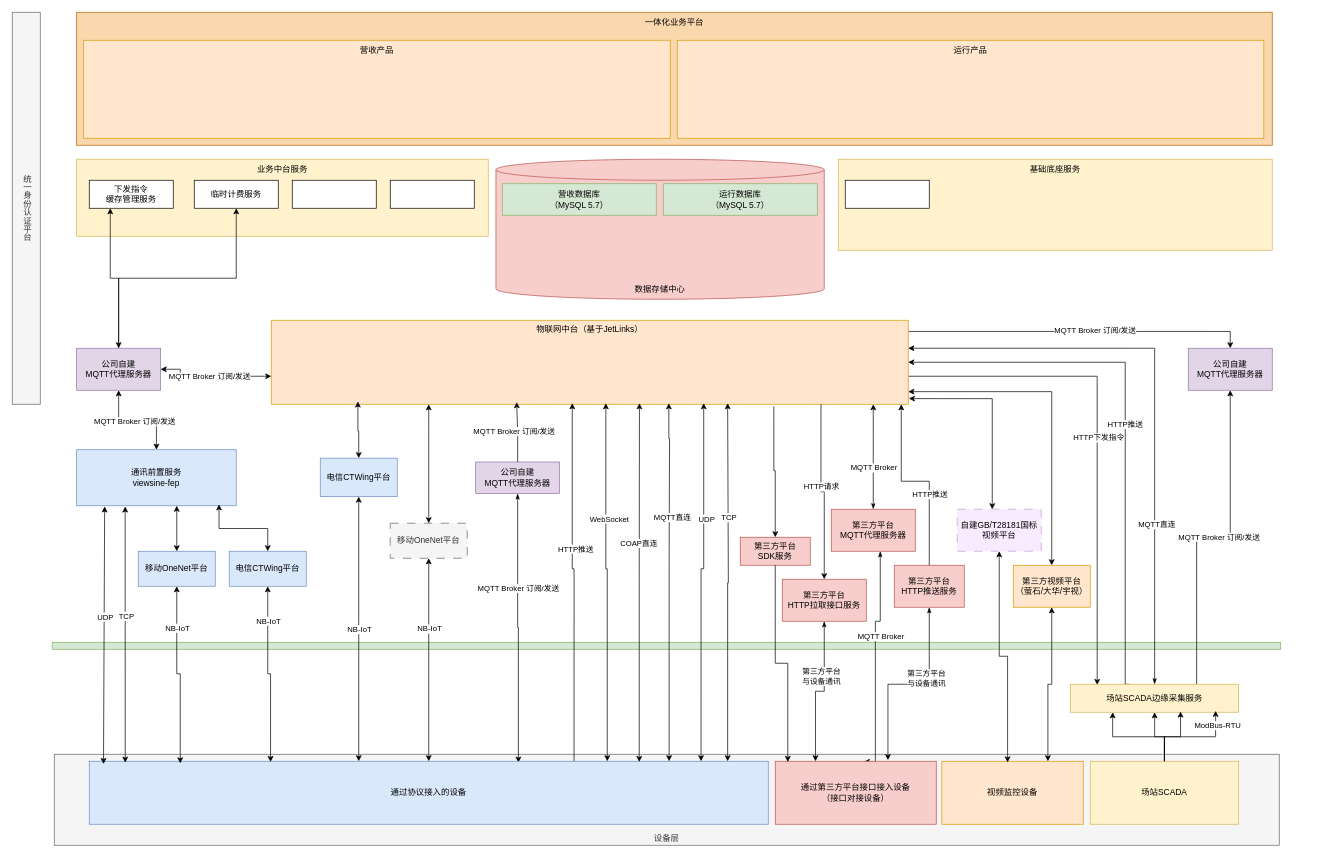
Above: D20241127001.drawio in NickZhang1024/drawio-res (draw.io), before the change. Source tidied: cells renumbered, new cells numbered last; positions are measured from the earlier drawing's top-left corner, leaving out a move shared by most shapes. Both pictures are drawn from the tidied source at 70%, with x=0, y=0 at pixel (12, 12).
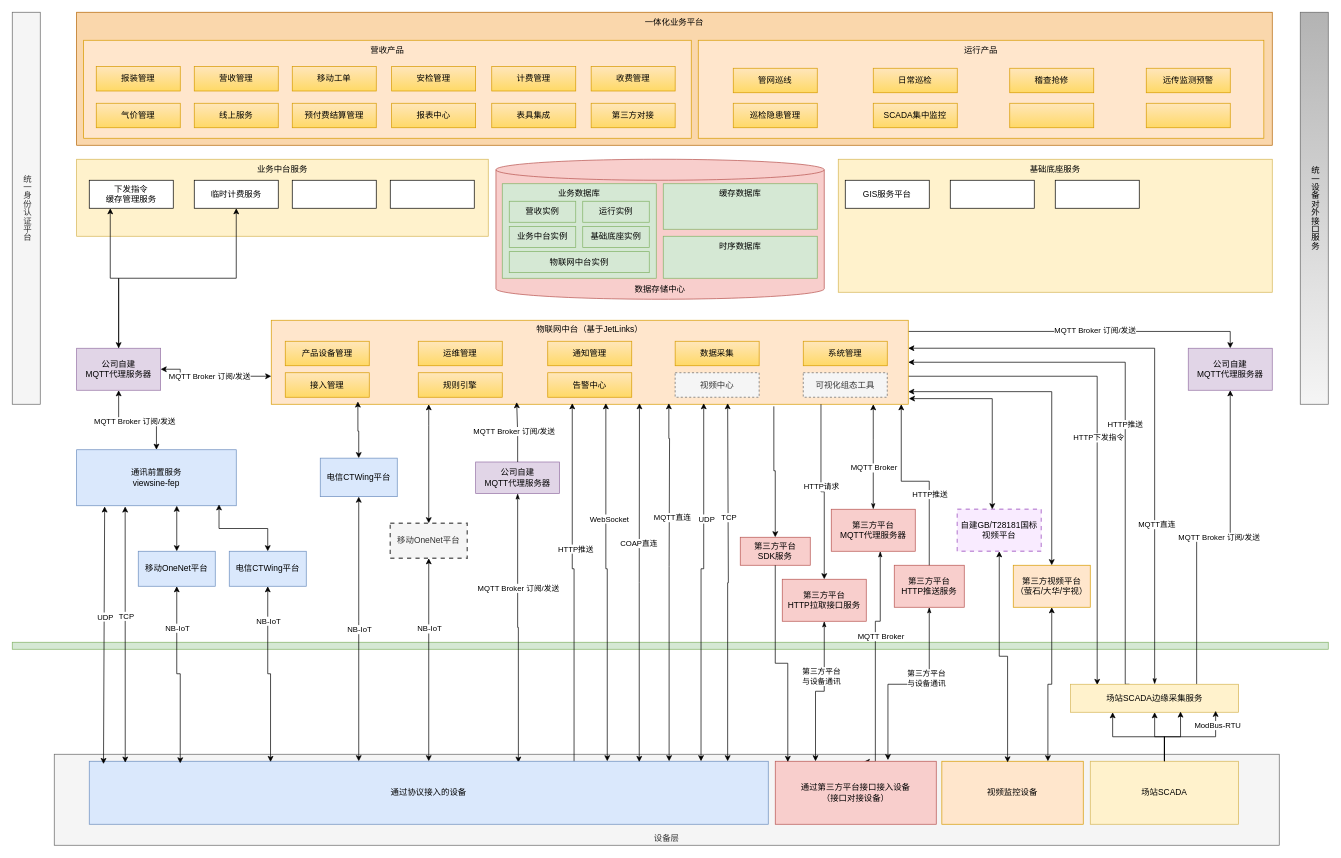
The same diagram, later.

The edit, as a diff of the source:
```diff
@@
     <mxCell id="2" style="rounded=0;whiteSpace=wrap;html=1;fillColor=#d5e8d4;strokeColor=#82b366;" parent="1" vertex="1">
-      <mxGeometry x="57" y="900" width="1755" height="10" as="geometry" />
+      <mxGeometry y="900" width="1880" height="10" as="geometry" />
     </mxCell>
@@
     <mxCell id="59" value="营收产品" style="rounded=0;whiteSpace=wrap;html=1;fillColor=#ffe6cc;strokeColor=#d79b00;verticalAlign=top;" parent="1" vertex="1">
-      <mxGeometry x="102" y="40" width="838" height="140" as="geometry" />
+      <mxGeometry x="102" y="40" width="868" height="140" as="geometry" />
     </mxCell>
     <mxCell id="60" value="基础底座服务" style="rounded=0;whiteSpace=wrap;html=1;fillColor=#fff2cc;strokeColor=#d6b656;verticalAlign=top;" parent="1" vertex="1">
-      <mxGeometry x="1180" y="210" width="620" height="130" as="geometry" />
+      <mxGeometry x="1180" y="210" width="620" height="190" as="geometry" />
     </mxCell>
-    <mxCell id="61" style="rounded=0;whiteSpace=wrap;html=1;" parent="1" vertex="1">
+    <mxCell id="61" value="GIS服务平台" style="rounded=0;whiteSpace=wrap;html=1;" parent="1" vertex="1">
       <mxGeometry x="1190" y="240" width="120" height="40" as="geometry" />
     </mxCell>
     <mxCell id="62" value="运行产品" style="rounded=0;whiteSpace=wrap;html=1;fillColor=#ffe6cc;strokeColor=#d79b00;verticalAlign=top;" parent="1" vertex="1">
-      <mxGeometry x="950" y="40" width="838" height="140" as="geometry" />
+      <mxGeometry x="980" y="40" width="808" height="140" as="geometry" />
     </mxCell>
@@
-    <mxCell id="65" value="营收数据库&lt;div&gt;（MySQL 5.7）&lt;/div&gt;" style="rounded=0;whiteSpace=wrap;html=1;fillColor=#d5e8d4;strokeColor=#82b366;" parent="1" vertex="1">
-      <mxGeometry x="700" y="245" width="220" height="45" as="geometry" />
+    <mxCell id="65" value="业务数据库" style="rounded=0;whiteSpace=wrap;html=1;fillColor=#d5e8d4;strokeColor=#82b366;verticalAlign=top;" parent="1" vertex="1">
+      <mxGeometry x="700" y="245" width="220" height="135" as="geometry" />
     </mxCell>
-    <mxCell id="66" value="运行数据库&lt;div&gt;（MySQL 5.7）&lt;/div&gt;" style="rounded=0;whiteSpace=wrap;html=1;fillColor=#d5e8d4;strokeColor=#82b366;" parent="1" vertex="1">
-      <mxGeometry x="930" y="245" width="220" height="45" as="geometry" />
+    <mxCell id="66" value="营收实例" style="rounded=0;whiteSpace=wrap;html=1;fillColor=#d5e8d4;strokeColor=#82b366;" parent="1" vertex="1">
+      <mxGeometry x="710" y="270" width="95" height="30" as="geometry" />
     </mxCell>
@@
-    <mxCell id="71" value="移动OneNet平台" style="rounded=0;whiteSpace=wrap;html=1;fillColor=#f5f5f5;fontColor=#333333;strokeColor=#666666;dashed=1;dashPattern=12 12;" parent="1" vertex="1">
+    <mxCell id="71" value="移动OneNet平台" style="rounded=0;whiteSpace=wrap;html=1;fillColor=#f5f5f5;fontColor=#333333;strokeColor=#666666;dashed=1;strokeWidth=2;" parent="1" vertex="1">
       <mxGeometry x="540" y="730" width="110" height="50" as="geometry" />
     </mxCell>
@@
-    <mxCell id="85" value="自建GB/T28181国标视频平台" style="rounded=0;whiteSpace=wrap;html=1;fillColor=#F9EBFF;strokeColor=#C698DB;dashed=1;dashPattern=12 12;" parent="1" vertex="1">
+    <mxCell id="85" value="自建GB/T28181国标视频平台" style="rounded=0;whiteSpace=wrap;html=1;fillColor=#F9EBFF;strokeColor=#C698DB;dashed=1;strokeWidth=2;" parent="1" vertex="1">
       <mxGeometry x="1350" y="710" width="120" height="60" as="geometry" />
     </mxCell>
@@
+    <mxCell id="110" value="统一设备对外接口服务" style="rounded=0;fillColor=#f5f5f5;strokeColor=#666666;verticalAlign=middle;flipV=1;textDirection=vertical-lr;spacingTop=0;spacing=2;spacingBottom=0;spacingRight=0;fontFamily=Helvetica;whiteSpace=wrap;html=1;gradientColor=#b3b3b3;" parent="1" vertex="1">
+      <mxGeometry x="1840" width="40" height="560" as="geometry" />
+    </mxCell>
+    <mxCell id="111" value="运行实例" style="rounded=0;whiteSpace=wrap;html=1;fillColor=#d5e8d4;strokeColor=#82b366;" parent="1" vertex="1">
+      <mxGeometry x="815" y="270" width="95" height="30" as="geometry" />
+    </mxCell>
+    <mxCell id="112" value="物联网中台实例" style="rounded=0;whiteSpace=wrap;html=1;fillColor=#d5e8d4;strokeColor=#82b366;" parent="1" vertex="1">
+      <mxGeometry x="710" y="342" width="200" height="30" as="geometry" />
+    </mxCell>
+    <mxCell id="113" value="业务中台实例" style="rounded=0;whiteSpace=wrap;html=1;fillColor=#d5e8d4;strokeColor=#82b366;" parent="1" vertex="1">
+      <mxGeometry x="710" y="306" width="95" height="30" as="geometry" />
+    </mxCell>
+    <mxCell id="114" value="基础底座实例" style="rounded=0;whiteSpace=wrap;html=1;fillColor=#d5e8d4;strokeColor=#82b366;" parent="1" vertex="1">
+      <mxGeometry x="815" y="306" width="95" height="30" as="geometry" />
+    </mxCell>
+    <mxCell id="115" value="时序数据库" style="rounded=0;whiteSpace=wrap;html=1;fillColor=#d5e8d4;strokeColor=#82b366;verticalAlign=top;" parent="1" vertex="1">
+      <mxGeometry x="930" y="320" width="220" height="60" as="geometry" />
+    </mxCell>
+    <mxCell id="116" value="缓存数据库" style="rounded=0;whiteSpace=wrap;html=1;fillColor=#d5e8d4;strokeColor=#82b366;verticalAlign=top;" parent="1" vertex="1">
+      <mxGeometry x="930" y="245" width="220" height="65" as="geometry" />
+    </mxCell>
+    <mxCell id="117" value="产品设备管理" style="rounded=0;whiteSpace=wrap;html=1;fillColor=#FFE6BB;strokeColor=#d79b00;gradientColor=#FFD966;" parent="1" vertex="1">
+      <mxGeometry x="390" y="470" width="120" height="35" as="geometry" />
+    </mxCell>
+    <mxCell id="118" value="接入管理" style="rounded=0;whiteSpace=wrap;html=1;fillColor=#FFE6BB;strokeColor=#d79b00;gradientColor=#FFD966;" parent="1" vertex="1">
+      <mxGeometry x="390" y="515" width="120" height="35" as="geometry" />
+    </mxCell>
+    <mxCell id="119" value="告警中心" style="rounded=0;whiteSpace=wrap;html=1;fillColor=#FFE6BB;strokeColor=#d79b00;gradientColor=#FFD966;" parent="1" vertex="1">
+      <mxGeometry x="765" y="515" width="120" height="35" as="geometry" />
+    </mxCell>
+    <mxCell id="120" value="规则引擎" style="rounded=0;whiteSpace=wrap;html=1;fillColor=#FFE6BB;strokeColor=#d79b00;gradientColor=#FFD966;" parent="1" vertex="1">
+      <mxGeometry x="580" y="515" width="120" height="35" as="geometry" />
+    </mxCell>
+    <mxCell id="121" value="运维管理" style="rounded=0;whiteSpace=wrap;html=1;fillColor=#FFE6BB;strokeColor=#d79b00;gradientColor=#FFD966;" parent="1" vertex="1">
+      <mxGeometry x="580" y="470" width="120" height="35" as="geometry" />
+    </mxCell>
+    <mxCell id="122" value="通知管理" style="rounded=0;whiteSpace=wrap;html=1;fillColor=#FFE6BB;strokeColor=#d79b00;gradientColor=#FFD966;" parent="1" vertex="1">
+      <mxGeometry x="765" y="470" width="120" height="35" as="geometry" />
+    </mxCell>
+    <mxCell id="123" value="数据采集" style="rounded=0;whiteSpace=wrap;html=1;fillColor=#FFE6BB;strokeColor=#d79b00;gradientColor=#FFD966;" parent="1" vertex="1">
+      <mxGeometry x="947" y="470" width="120" height="35" as="geometry" />
+    </mxCell>
+    <mxCell id="124" value="视频中心" style="rounded=0;whiteSpace=wrap;html=1;fillColor=#f5f5f5;strokeColor=#666666;dashed=1;fontColor=#333333;" parent="1" vertex="1">
+      <mxGeometry x="947" y="515" width="120" height="35" as="geometry" />
+    </mxCell>
+    <mxCell id="125" value="系统管理" style="rounded=0;whiteSpace=wrap;html=1;fillColor=#FFE6BB;strokeColor=#d79b00;gradientColor=#FFD966;" parent="1" vertex="1">
+      <mxGeometry x="1130" y="470" width="120" height="35" as="geometry" />
+    </mxCell>
+    <mxCell id="126" value="可视化组态工具" style="rounded=0;whiteSpace=wrap;html=1;fillColor=#f5f5f5;strokeColor=#666666;dashed=1;fontColor=#333333;" parent="1" vertex="1">
+      <mxGeometry x="1130" y="515" width="120" height="35" as="geometry" />
+    </mxCell>
+    <mxCell id="127" value="&lt;div&gt;报装管理&lt;/div&gt;" style="rounded=0;whiteSpace=wrap;html=1;fillColor=#FFE6BB;strokeColor=#d79b00;gradientColor=#FFD966;" parent="1" vertex="1">
+      <mxGeometry x="120" y="77.5" width="120" height="35" as="geometry" />
+    </mxCell>
+    <mxCell id="128" style="rounded=0;whiteSpace=wrap;html=1;" parent="1" vertex="1">
+      <mxGeometry x="1340" y="240" width="120" height="40" as="geometry" />
+    </mxCell>
+    <mxCell id="129" style="rounded=0;whiteSpace=wrap;html=1;" parent="1" vertex="1">
+      <mxGeometry x="1490" y="240" width="120" height="40" as="geometry" />
+    </mxCell>
+    <mxCell id="130" value="&lt;div&gt;气价管理&lt;/div&gt;" style="rounded=0;whiteSpace=wrap;html=1;fillColor=#FFE6BB;strokeColor=#d79b00;gradientColor=#FFD966;" parent="1" vertex="1">
+      <mxGeometry x="120" y="130" width="120" height="35" as="geometry" />
+    </mxCell>
+    <mxCell id="131" value="&lt;div&gt;营收管理&lt;/div&gt;" style="rounded=0;whiteSpace=wrap;html=1;fillColor=#FFE6BB;strokeColor=#d79b00;gradientColor=#FFD966;" parent="1" vertex="1">
+      <mxGeometry x="260" y="77.5" width="120" height="35" as="geometry" />
+    </mxCell>
+    <mxCell id="132" value="移动工单" style="rounded=0;whiteSpace=wrap;html=1;fillColor=#FFE6BB;strokeColor=#d79b00;gradientColor=#FFD966;" parent="1" vertex="1">
+      <mxGeometry x="400" y="77.5" width="120" height="35" as="geometry" />
+    </mxCell>
+    <mxCell id="133" value="&lt;div&gt;安检管理&lt;/div&gt;" style="rounded=0;whiteSpace=wrap;html=1;fillColor=#FFE6BB;strokeColor=#d79b00;gradientColor=#FFD966;" parent="1" vertex="1">
+      <mxGeometry x="542" y="77.5" width="120" height="35" as="geometry" />
+    </mxCell>
+    <mxCell id="134" value="&lt;div&gt;计费管理&lt;/div&gt;" style="rounded=0;whiteSpace=wrap;html=1;fillColor=#FFE6BB;strokeColor=#d79b00;gradientColor=#FFD966;" parent="1" vertex="1">
+      <mxGeometry x="685" y="77.5" width="120" height="35" as="geometry" />
+    </mxCell>
+    <mxCell id="135" value="&lt;div&gt;收费管理&lt;/div&gt;" style="rounded=0;whiteSpace=wrap;html=1;fillColor=#FFE6BB;strokeColor=#d79b00;gradientColor=#FFD966;" parent="1" vertex="1">
+      <mxGeometry x="827" y="77.5" width="120" height="35" as="geometry" />
+    </mxCell>
+    <mxCell id="136" value="&lt;div&gt;线上服务&lt;/div&gt;" style="rounded=0;whiteSpace=wrap;html=1;fillColor=#FFE6BB;strokeColor=#d79b00;gradientColor=#FFD966;" parent="1" vertex="1">
+      <mxGeometry x="260" y="130" width="120" height="35" as="geometry" />
+    </mxCell>
+    <mxCell id="137" value="&lt;div&gt;预付费结算管理&lt;/div&gt;" style="rounded=0;whiteSpace=wrap;html=1;fillColor=#FFE6BB;strokeColor=#d79b00;gradientColor=#FFD966;" parent="1" vertex="1">
+      <mxGeometry x="400" y="130" width="120" height="35" as="geometry" />
+    </mxCell>
+    <mxCell id="138" value="&lt;div&gt;报表中心&lt;/div&gt;" style="rounded=0;whiteSpace=wrap;html=1;fillColor=#FFE6BB;strokeColor=#d79b00;gradientColor=#FFD966;" parent="1" vertex="1">
+      <mxGeometry x="542" y="130" width="120" height="35" as="geometry" />
+    </mxCell>
+    <mxCell id="139" value="&lt;div&gt;表具集成&lt;/div&gt;" style="rounded=0;whiteSpace=wrap;html=1;fillColor=#FFE6BB;strokeColor=#d79b00;gradientColor=#FFD966;" parent="1" vertex="1">
+      <mxGeometry x="685" y="130" width="120" height="35" as="geometry" />
+    </mxCell>
+    <mxCell id="140" value="&lt;div&gt;第三方对接&lt;/div&gt;" style="rounded=0;whiteSpace=wrap;html=1;fillColor=#FFE6BB;strokeColor=#d79b00;gradientColor=#FFD966;" parent="1" vertex="1">
+      <mxGeometry x="827" y="130" width="120" height="35" as="geometry" />
+    </mxCell>
+    <mxCell id="141" value="&lt;div&gt;管网巡线&lt;/div&gt;" style="rounded=0;whiteSpace=wrap;html=1;fillColor=#FFE6BB;strokeColor=#d79b00;gradientColor=#FFD966;" parent="1" vertex="1">
+      <mxGeometry x="1030" y="80" width="120" height="35" as="geometry" />
+    </mxCell>
+    <mxCell id="142" value="&lt;div&gt;日常巡检&lt;/div&gt;" style="rounded=0;whiteSpace=wrap;html=1;fillColor=#FFE6BB;strokeColor=#d79b00;gradientColor=#FFD966;" parent="1" vertex="1">
+      <mxGeometry x="1230" y="80" width="120" height="35" as="geometry" />
+    </mxCell>
+    <mxCell id="143" value="&lt;div&gt;稽查抢修&lt;/div&gt;" style="rounded=0;whiteSpace=wrap;html=1;fillColor=#FFE6BB;strokeColor=#d79b00;gradientColor=#FFD966;" parent="1" vertex="1">
+      <mxGeometry x="1425" y="80" width="120" height="35" as="geometry" />
+    </mxCell>
+    <mxCell id="144" value="&lt;div&gt;远传监测预警&lt;/div&gt;" style="rounded=0;whiteSpace=wrap;html=1;fillColor=#FFE6BB;strokeColor=#d79b00;gradientColor=#FFD966;" parent="1" vertex="1">
+      <mxGeometry x="1620" y="80" width="120" height="35" as="geometry" />
+    </mxCell>
+    <mxCell id="145" value="&lt;div&gt;SCADA集中监控&lt;/div&gt;" style="rounded=0;whiteSpace=wrap;html=1;fillColor=#FFE6BB;strokeColor=#d79b00;gradientColor=#FFD966;" parent="1" vertex="1">
+      <mxGeometry x="1230" y="130" width="120" height="35" as="geometry" />
+    </mxCell>
+    <mxCell id="146" value="&lt;div&gt;巡检隐患管理&lt;/div&gt;" style="rounded=0;whiteSpace=wrap;html=1;fillColor=#FFE6BB;strokeColor=#d79b00;gradientColor=#FFD966;" parent="1" vertex="1">
+      <mxGeometry x="1030" y="130" width="120" height="35" as="geometry" />
+    </mxCell>
+    <mxCell id="147" style="rounded=0;whiteSpace=wrap;html=1;fillColor=#FFE6BB;strokeColor=#d79b00;gradientColor=#FFD966;" parent="1" vertex="1">
+      <mxGeometry x="1425" y="130" width="120" height="35" as="geometry" />
+    </mxCell>
+    <mxCell id="148" style="rounded=0;whiteSpace=wrap;html=1;fillColor=#FFE6BB;strokeColor=#d79b00;gradientColor=#FFD966;" parent="1" vertex="1">
+      <mxGeometry x="1620" y="130" width="120" height="35" as="geometry" />
+    </mxCell>
```
